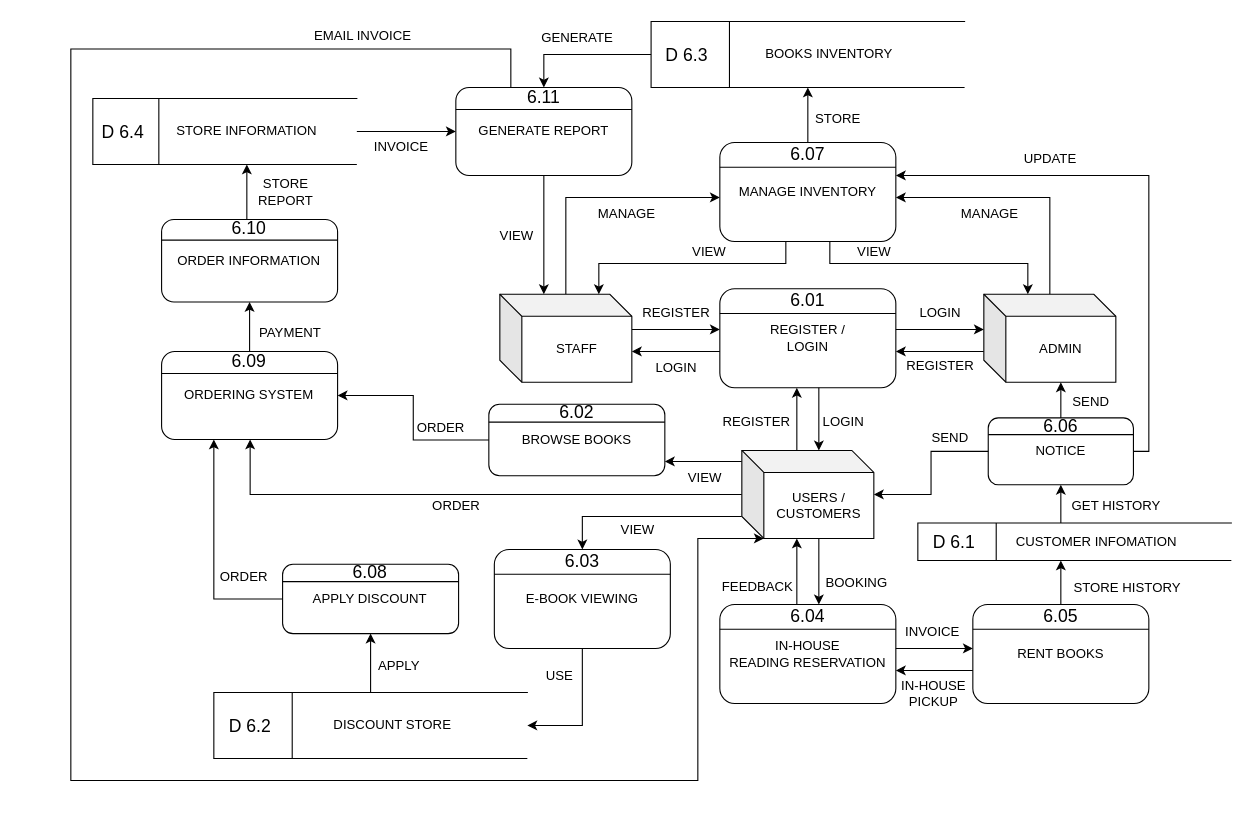
Earlier version of the draw.io diagram page "Level 0 DFD" (11 of 13) of SYAD Data Flow Diagram .drawio (AngJianming/Bookworm-Paradise-System-Analysis-And-Design). Source tidied: cells renumbered, new cells numbered last; positions are measured from the earlier drawing's top-left corner, leaving out a move shared by most shapes. Both pictures are drawn from the tidied source at 110%, with x=0, y=0 at pixel (70, 19).
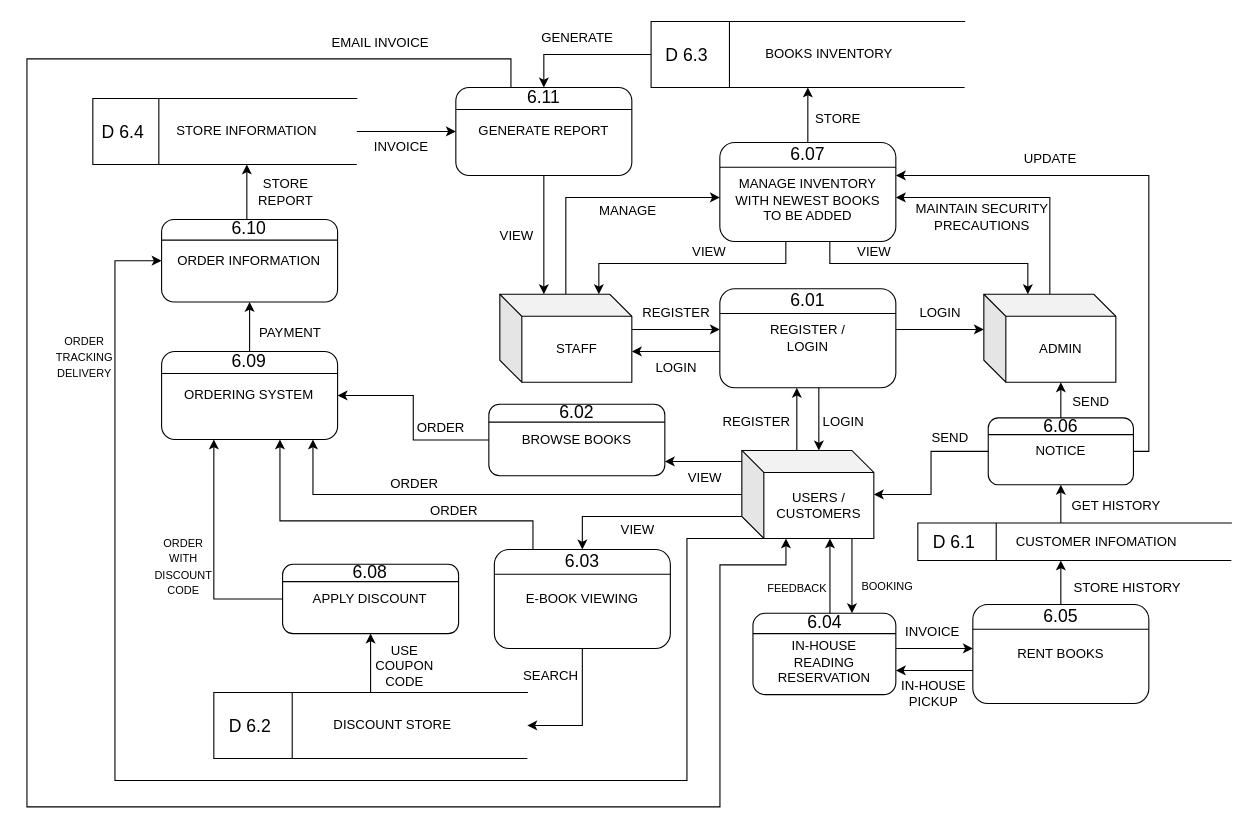
After the change.

Unchanged cells that the change refers to:
```xml
<mxCell id="10" value="USERS /&lt;div&gt;CUSTOMERS&lt;/div&gt;" style="shape=cube;whiteSpace=wrap;html=1;boundedLbl=1;backgroundOutline=1;darkOpacity=0.05;darkOpacity2=0.1;" parent="1" vertex="1">
  <mxGeometry x="609.9" y="392" width="120" height="80" as="geometry" />
</mxCell>
<mxCell id="12" value="REGISTER /&lt;div&gt;LOGIN&lt;/div&gt;" style="rounded=1;whiteSpace=wrap;html=1;" parent="11" vertex="1">
  <mxGeometry width="160" height="90" as="geometry" />
</mxCell>
<mxCell id="17" value="ADMIN" style="shape=cube;whiteSpace=wrap;html=1;boundedLbl=1;backgroundOutline=1;darkOpacity=0.05;darkOpacity2=0.1;" parent="1" vertex="1">
  <mxGeometry x="829.9" y="250" width="120" height="80" as="geometry" />
</mxCell>
<mxCell id="36" value="GENERATE REPORT" style="rounded=1;whiteSpace=wrap;html=1;" parent="35" vertex="1">
  <mxGeometry width="160" height="80" as="geometry" />
</mxCell>
<mxCell id="38" value="&lt;span style=&quot;font-size: 16px;&quot;&gt;6.11&lt;/span&gt;" style="text;html=1;align=center;verticalAlign=middle;whiteSpace=wrap;rounded=0;" parent="35" vertex="1">
  <mxGeometry x="50" y="0.5" width="60" height="16.4" as="geometry" />
</mxCell>
<mxCell id="39" style="group;" parent="1" vertex="1">
  <mxGeometry x="589.9" y="112" width="160" height="90" as="geometry" />
</mxCell>
<mxCell id="88" value="E-BOOK VIEWING" style="rounded=1;whiteSpace=wrap;html=1;" parent="87" vertex="1">
  <mxGeometry width="160" height="90" as="geometry" />
</mxCell>
<mxCell id="100" value="ORDERING SYSTEM" style="rounded=1;whiteSpace=wrap;html=1;" parent="99" vertex="1">
  <mxGeometry width="160" height="80" as="geometry" />
</mxCell>
<mxCell id="105" value="ORDER INFORMATION" style="rounded=1;whiteSpace=wrap;html=1;" parent="104" vertex="1">
  <mxGeometry width="160" height="75" as="geometry" />
</mxCell>
```

What changed in the source:
```diff
@@
     <mxCell id="6" style="edgeStyle=orthogonalEdgeStyle;rounded=0;jettySize=auto;html=1;" parent="1" edge="1" source="10" target="28">
       <mxGeometry relative="1" as="geometry">
         <Array as="points">
-          <mxPoint x="679.9" y="502" />
-          <mxPoint x="679.9" y="502" />
+          <mxPoint x="710" y="506" />
+          <mxPoint x="710" y="506" />
         </Array>
       </mxGeometry>
     </mxCell>
@@
     <mxCell id="8" style="edgeStyle=orthogonalEdgeStyle;rounded=0;jettySize=auto;html=1;" parent="1" edge="1" source="10" target="100">
       <mxGeometry relative="1" as="geometry">
         <Array as="points">
-          <mxPoint x="162.9" y="432" />
+          <mxPoint x="220" y="432" />
         </Array>
       </mxGeometry>
     </mxCell>
@@
+    <mxCell id="135" style="edgeStyle=orthogonalEdgeStyle;rounded=0;jettySize=auto;html=1;endArrow=none;endFill=0;startArrow=classic;startFill=1;" parent="1" edge="1" source="10" target="36">
+      <mxGeometry relative="1" as="geometry">
+        <Array as="points">
+          <mxPoint x="650" y="496" />
+          <mxPoint x="590" y="496" />
+          <mxPoint x="590" y="716" />
+          <mxPoint x="-40" y="716" />
+          <mxPoint x="-40" y="36" />
+          <mxPoint x="400" y="36" />
+        </Array>
+      </mxGeometry>
+    </mxCell>
@@
-    <mxCell id="15" style="edgeStyle=orthogonalEdgeStyle;rounded=0;jettySize=auto;html=1;" parent="1" edge="1" source="17" target="12">
-      <mxGeometry relative="1" as="geometry">
-        <Array as="points">
-          <mxPoint x="789.9" y="302" />
-          <mxPoint x="789.9" y="302" />
-        </Array>
-      </mxGeometry>
-    </mxCell>
@@
-    <mxCell id="24" value="REGISTER" style="text;html=1;align=center;verticalAlign=middle;strokeColor=none;fillColor=none;" parent="1" vertex="1">
-      <mxGeometry x="749.9" y="300" width="80" height="30" as="geometry" />
-    </mxCell>
@@
     <mxCell id="27" style="group;" parent="1" vertex="1">
-      <mxGeometry x="589.9" y="532" width="160" height="90" as="geometry" />
+      <mxGeometry x="620" y="540" width="129.9" height="74" as="geometry" />
     </mxCell>
-    <mxCell id="28" value="IN-HOUSE&lt;div&gt;READING RESERVATION&lt;/div&gt;" style="rounded=1;whiteSpace=wrap;html=1;" parent="27" vertex="1">
-      <mxGeometry width="160" height="90" as="geometry" />
+    <mxCell id="28" value="&lt;div&gt;&lt;br&gt;&lt;/div&gt;IN-HOUSE&lt;div&gt;READING RESERVATION&lt;/div&gt;" style="rounded=1;whiteSpace=wrap;html=1;" parent="27" vertex="1">
+      <mxGeometry width="129.9" height="74" as="geometry" />
     </mxCell>
@@
     <mxCell id="30" value="&lt;span style=&quot;font-size: 16px;&quot;&gt;6.04&lt;/span&gt;" style="text;html=1;align=center;verticalAlign=middle;whiteSpace=wrap;rounded=0;" parent="27" vertex="1">
-      <mxGeometry x="50" y="0.6" width="60" height="18.5" as="geometry" />
+      <mxGeometry x="40.6" y="0.5" width="48.7" height="15.2" as="geometry" />
     </mxCell>
@@
-    <mxCell id="40" value="MANAGE INVENTORY" style="rounded=1;whiteSpace=wrap;html=1;" parent="39" vertex="1">
+    <mxCell id="40" value="&lt;br&gt;MANAGE INVENTORY&lt;div&gt;WITH NEWEST BOOKS&lt;/div&gt;&lt;div&gt;TO BE ADDED&lt;/div&gt;" style="rounded=1;whiteSpace=wrap;html=1;" parent="39" vertex="1">
       <mxGeometry width="160" height="90" as="geometry" />
     </mxCell>
@@
-    <mxCell id="43" style="edgeStyle=orthogonalEdgeStyle;rounded=0;jettySize=auto;html=1;" parent="1" edge="1" source="30" target="10">
+    <mxCell id="43" style="edgeStyle=orthogonalEdgeStyle;rounded=0;jettySize=auto;html=1;" parent="1" edge="1" source="28" target="10">
       <mxGeometry relative="1" as="geometry">
         <Array as="points">
-          <mxPoint x="659.9" y="502" />
-          <mxPoint x="659.9" y="502" />
+          <mxPoint x="690" y="506" />
+          <mxPoint x="690" y="506" />
         </Array>
       </mxGeometry>
     </mxCell>
-    <mxCell id="44" value="BOOKING" style="text;html=1;align=center;verticalAlign=middle;strokeColor=none;fillColor=none;" parent="1" vertex="1">
-      <mxGeometry x="673.9" y="498" width="80" height="30" as="geometry" />
+    <mxCell id="44" value="&lt;font style=&quot;font-size: 10px;&quot;&gt;BOOKING&lt;/font&gt;" style="text;html=1;align=center;verticalAlign=middle;strokeColor=none;fillColor=none;" parent="1" vertex="1">
+      <mxGeometry x="706.9" y="500" width="70" height="30" as="geometry" />
     </mxCell>
-    <mxCell id="45" value="FEEDBACK" style="text;html=1;align=center;verticalAlign=middle;strokeColor=none;fillColor=none;" parent="1" vertex="1">
-      <mxGeometry x="578.9" y="501" width="90" height="30" as="geometry" />
+    <mxCell id="45" value="&lt;font style=&quot;font-size: 10px;&quot;&gt;FEEDBACK&lt;/font&gt;" style="text;html=1;align=center;verticalAlign=middle;strokeColor=none;fillColor=none;" parent="1" vertex="1">
+      <mxGeometry x="620" y="502" width="80" height="30" as="geometry" />
     </mxCell>
@@
-    <mxCell id="79" value="MANAGE" style="text;html=1;align=center;verticalAlign=middle;strokeColor=none;fillColor=none;" parent="1" vertex="1">
-      <mxGeometry x="794.9" y="162" width="80" height="30" as="geometry" />
+    <mxCell id="79" value="MAINTAIN SECURITY&lt;div&gt;PRECAUTIONS&lt;/div&gt;" style="text;html=1;align=center;verticalAlign=middle;strokeColor=none;fillColor=none;" parent="1" vertex="1">
+      <mxGeometry x="757.9" y="160" width="140" height="40" as="geometry" />
     </mxCell>
     <mxCell id="80" value="MANAGE" style="text;html=1;align=center;verticalAlign=middle;strokeColor=none;fillColor=none;" parent="1" vertex="1">
-      <mxGeometry x="464.9" y="162" width="80" height="30" as="geometry" />
+      <mxGeometry x="465.9" y="159" width="80" height="30" as="geometry" />
     </mxCell>
@@
     <mxCell id="113" value="ORDER" style="text;html=1;align=center;verticalAlign=middle;strokeColor=none;fillColor=none;" parent="1" vertex="1">
-      <mxGeometry x="314.9" y="428" width="70" height="30" as="geometry" />
+      <mxGeometry x="312.9" y="432" width="70" height="30" as="geometry" />
     </mxCell>
@@
-    <mxCell id="121" value="USE" style="text;html=1;align=center;verticalAlign=middle;strokeColor=none;fillColor=none;" parent="1" vertex="1">
-      <mxGeometry x="418.9" y="582" width="50" height="30" as="geometry" />
+    <mxCell id="121" value="SEARCH" style="text;html=1;align=center;verticalAlign=middle;strokeColor=none;fillColor=none;" parent="1" vertex="1">
+      <mxGeometry x="400.9" y="582" width="70" height="30" as="geometry" />
     </mxCell>
@@
-    <mxCell id="124" value="APPLY" style="text;html=1;align=center;verticalAlign=middle;strokeColor=none;fillColor=none;" parent="1" vertex="1">
-      <mxGeometry x="267.9" y="573" width="60" height="30" as="geometry" />
+    <mxCell id="124" value="USE&lt;div&gt;COUPON&lt;/div&gt;&lt;div&gt;CODE&lt;/div&gt;" style="text;html=1;align=center;verticalAlign=middle;strokeColor=none;fillColor=none;" parent="1" vertex="1">
+      <mxGeometry x="262.9" y="558" width="80" height="60" as="geometry" />
     </mxCell>
-    <mxCell id="125" value="ORDER" style="text;html=1;align=center;verticalAlign=middle;strokeColor=none;fillColor=none;" parent="1" vertex="1">
-      <mxGeometry x="122.4" y="492" width="70" height="30" as="geometry" />
+    <mxCell id="125" value="&lt;font style=&quot;font-size: 10px;&quot;&gt;ORDER&lt;/font&gt;&lt;div&gt;&lt;font style=&quot;font-size: 10px;&quot;&gt;WITH&lt;/font&gt;&lt;/div&gt;&lt;div&gt;&lt;font style=&quot;font-size: 10px;&quot;&gt;DISCOUNT&lt;/font&gt;&lt;/div&gt;&lt;div&gt;&lt;font style=&quot;font-size: 10px;&quot;&gt;CODE&lt;/font&gt;&lt;/div&gt;" style="text;html=1;align=center;verticalAlign=middle;strokeColor=none;fillColor=none;" parent="1" vertex="1">
+      <mxGeometry x="62" y="462" width="80" height="70" as="geometry" />
     </mxCell>
@@
-    <mxCell id="129" style="edgeStyle=orthogonalEdgeStyle;rounded=0;jettySize=auto;html=1;entryX=0;entryY=0;entryDx=20;entryDy=80;entryPerimeter=0;" parent="1" edge="1" source="38" target="10">
+    <mxCell id="129" style="edgeStyle=orthogonalEdgeStyle;rounded=0;jettySize=auto;html=1;entryX=0;entryY=0;entryDx=20;entryDy=80;entryPerimeter=0;startArrow=classic;startFill=1;endArrow=none;endFill=0;" parent="1" edge="1" source="105" target="10">
       <mxGeometry relative="1" as="geometry">
         <Array as="points">
-          <mxPoint x="399.9" y="27" />
-          <mxPoint x="-0.1" y="27" />
-          <mxPoint x="-0.1" y="692" />
-          <mxPoint x="569.9" y="692" />
-          <mxPoint x="569.9" y="472" />
+          <mxPoint x="40" y="220" />
+          <mxPoint x="40" y="692" />
+          <mxPoint x="560" y="692" />
+          <mxPoint x="560" y="472" />
         </Array>
       </mxGeometry>
     </mxCell>
-    <mxCell id="130" value="EMAIL INVOICE" style="text;html=1;align=center;verticalAlign=middle;strokeColor=none;fillColor=none;" parent="1" vertex="1">
-      <mxGeometry x="209.9" width="110" height="30" as="geometry" />
+    <mxCell id="130" value="&lt;font style=&quot;font-size: 10px;&quot;&gt;ORDER&lt;br&gt;&lt;/font&gt;&lt;div&gt;&lt;font style=&quot;font-size: 10px;&quot;&gt;TRACKING&lt;/font&gt;&lt;/div&gt;&lt;div&gt;&lt;font style=&quot;font-size: 10px;&quot;&gt;DELIVERY&lt;/font&gt;&lt;/div&gt;" style="text;html=1;align=center;verticalAlign=middle;strokeColor=none;fillColor=none;" parent="1" vertex="1">
+      <mxGeometry x="-28" y="277" width="80" height="60" as="geometry" />
     </mxCell>
@@
+    <mxCell id="136" value="EMAIL INVOICE" style="text;html=1;align=center;verticalAlign=middle;strokeColor=none;fillColor=none;" parent="1" vertex="1">
+      <mxGeometry x="225.9" y="7" width="110" height="30" as="geometry" />
+    </mxCell>
+    <mxCell id="137" style="edgeStyle=orthogonalEdgeStyle;rounded=0;jettySize=auto;html=1;" parent="1" edge="1" source="88" target="100">
+      <mxGeometry relative="1" as="geometry">
+        <Array as="points">
+          <mxPoint x="420" y="456" />
+          <mxPoint x="190" y="456" />
+        </Array>
+      </mxGeometry>
+    </mxCell>
+    <mxCell id="138" value="ORDER" style="text;html=1;align=center;verticalAlign=middle;strokeColor=none;fillColor=none;" parent="1" vertex="1">
+      <mxGeometry x="276.9" y="408" width="70" height="30" as="geometry" />
+    </mxCell>
```
